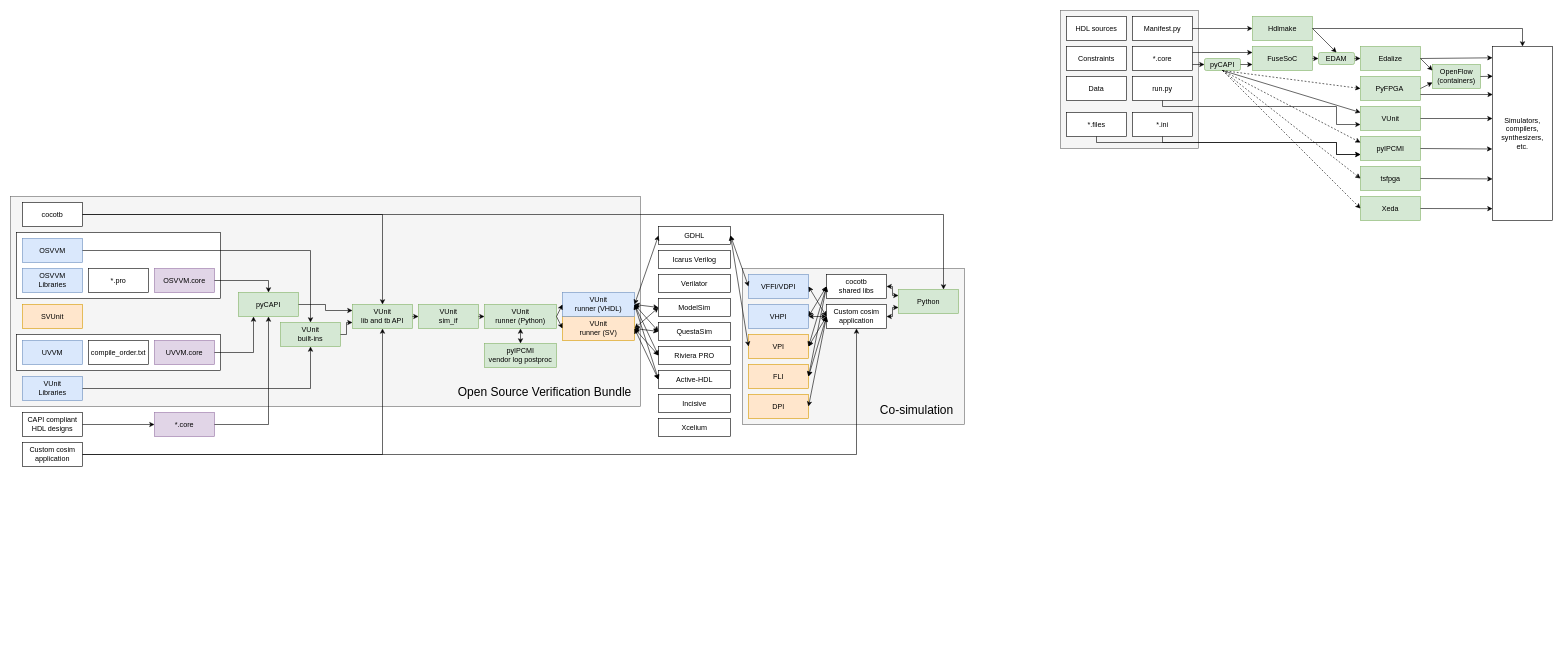
Before: osvb.drawio in umarcor/osvb, a draw.io diagram. Source tidied: cells renumbered, new cells numbered last; positions are measured from the earlier drawing's top-left corner, leaving out a move shared by most shapes. Both pictures are drawn from the tidied source at 60%, with x=0, y=0 at pixel (10, 10).
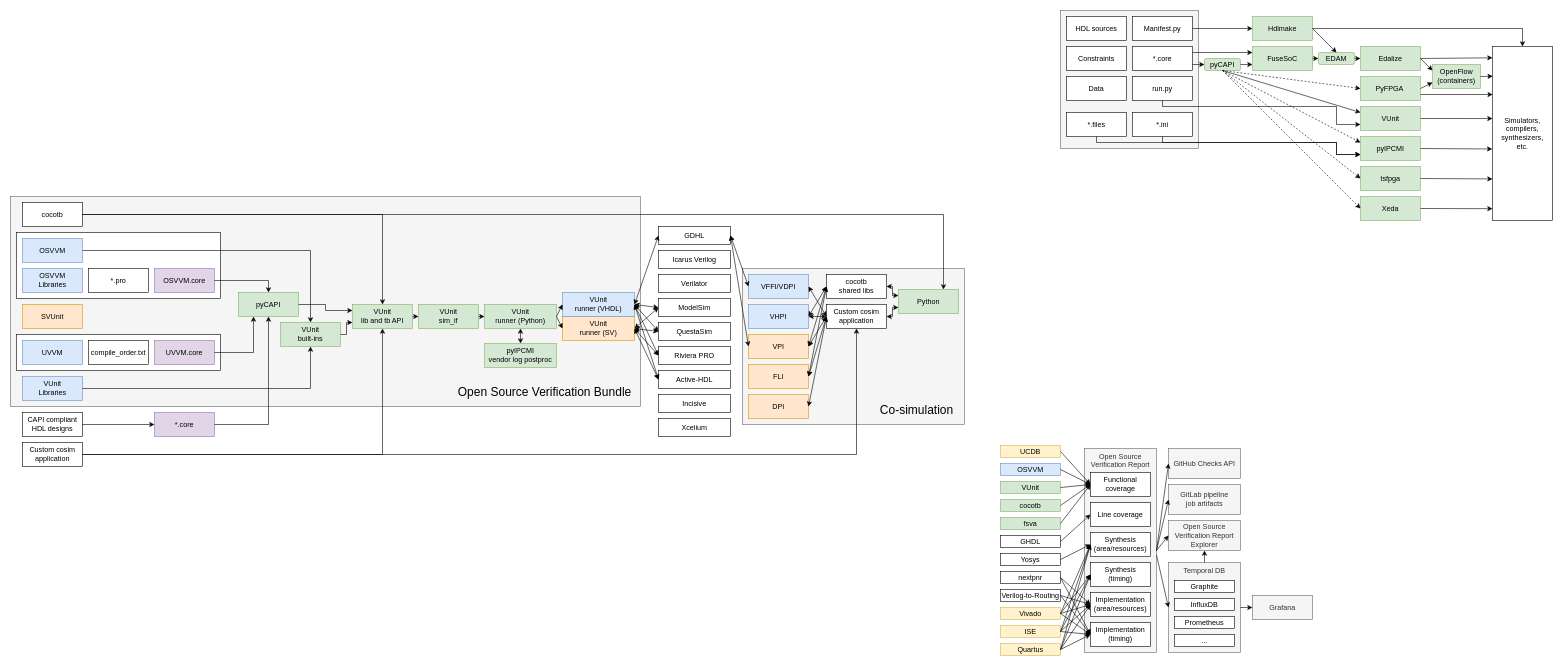
The same page after the edit.

Commit message (it also covers changes not shown here):
doc/apis/logging: add Open Source Verification Report (OSVR)

The edit, as a diff of the source:
```diff
@@
+    <mxCell id="131" value="Open Source Verification Report" style="rounded=0;whiteSpace=wrap;html=1;fillColor=#f5f5f5;strokeColor=#666666;fontColor=#333333;verticalAlign=top;" parent="1" vertex="1">
+      <mxGeometry x="1790" y="730" width="120" height="340" as="geometry" />
+    </mxCell>
+    <mxCell id="132" value="OSVVM" style="rounded=0;whiteSpace=wrap;html=1;fillColor=#dae8fc;strokeColor=#6c8ebf;" parent="1" vertex="1">
+      <mxGeometry x="1650" y="755" width="100" height="20" as="geometry" />
+    </mxCell>
+    <mxCell id="133" value="Functional coverage" style="rounded=0;whiteSpace=wrap;html=1;" parent="1" vertex="1">
+      <mxGeometry x="1800" y="770" width="100" height="40" as="geometry" />
+    </mxCell>
+    <mxCell id="134" value="Line coverage" style="rounded=0;whiteSpace=wrap;html=1;" parent="1" vertex="1">
+      <mxGeometry x="1800" y="820" width="100" height="40" as="geometry" />
+    </mxCell>
+    <mxCell id="135" value="Synthesis&lt;br&gt;(area/resources)" style="rounded=0;whiteSpace=wrap;html=1;" parent="1" vertex="1">
+      <mxGeometry x="1800" y="870" width="100" height="40" as="geometry" />
+    </mxCell>
+    <mxCell id="136" value="Synthesis&lt;br&gt;(timing)" style="rounded=0;whiteSpace=wrap;html=1;" parent="1" vertex="1">
+      <mxGeometry x="1800" y="920" width="100" height="40" as="geometry" />
+    </mxCell>
+    <mxCell id="137" value="Implementation&lt;br&gt;(area/resources)" style="rounded=0;whiteSpace=wrap;html=1;" parent="1" vertex="1">
+      <mxGeometry x="1800" y="970" width="100" height="40" as="geometry" />
+    </mxCell>
+    <mxCell id="138" value="Implementation&lt;br&gt;(timing)" style="rounded=0;whiteSpace=wrap;html=1;" parent="1" vertex="1">
+      <mxGeometry x="1800" y="1020" width="100" height="40" as="geometry" />
+    </mxCell>
+    <mxCell id="139" value="UCDB" style="rounded=0;whiteSpace=wrap;html=1;fillColor=#fff2cc;strokeColor=#d6b656;" parent="1" vertex="1">
+      <mxGeometry x="1650" y="725" width="100" height="20" as="geometry" />
+    </mxCell>
+    <mxCell id="140" value="GHDL" style="rounded=0;whiteSpace=wrap;html=1;" parent="1" vertex="1">
+      <mxGeometry x="1650" y="875" width="100" height="20" as="geometry" />
+    </mxCell>
+    <mxCell id="141" value="Yosys" style="rounded=0;whiteSpace=wrap;html=1;" parent="1" vertex="1">
+      <mxGeometry x="1650" y="905" width="100" height="20" as="geometry" />
+    </mxCell>
+    <mxCell id="142" value="nextpnr" style="rounded=0;whiteSpace=wrap;html=1;" parent="1" vertex="1">
+      <mxGeometry x="1650" y="935" width="100" height="20" as="geometry" />
+    </mxCell>
+    <mxCell id="143" value="Vivado" style="rounded=0;whiteSpace=wrap;html=1;fillColor=#fff2cc;strokeColor=#d6b656;" parent="1" vertex="1">
+      <mxGeometry x="1650" y="995" width="100" height="20" as="geometry" />
+    </mxCell>
+    <mxCell id="144" value="Verilog-to-Routing" style="rounded=0;whiteSpace=wrap;html=1;" parent="1" vertex="1">
+      <mxGeometry x="1650" y="965" width="100" height="20" as="geometry" />
+    </mxCell>
+    <mxCell id="145" value="VUnit" style="rounded=0;whiteSpace=wrap;html=1;fillColor=#d5e8d4;strokeColor=#82b366;" parent="1" vertex="1">
+      <mxGeometry x="1650" y="785" width="100" height="20" as="geometry" />
+    </mxCell>
+    <mxCell id="146" value="cocotb" style="rounded=0;whiteSpace=wrap;html=1;fillColor=#d5e8d4;strokeColor=#82b366;" parent="1" vertex="1">
+      <mxGeometry x="1650" y="815" width="100" height="20" as="geometry" />
+    </mxCell>
+    <mxCell id="147" style="endArrow=classic;html=1;entryX=0;entryY=0.5;entryDx=0;entryDy=0;exitX=1;exitY=0.5;exitDx=0;exitDy=0;" parent="1" edge="1" source="139" target="133">
+      <mxGeometry relative="1" as="geometry" />
+    </mxCell>
+    <mxCell id="148" style="endArrow=classic;html=1;entryX=0;entryY=0.5;entryDx=0;entryDy=0;exitX=1;exitY=0.5;exitDx=0;exitDy=0;" parent="1" edge="1" source="132" target="133">
+      <mxGeometry relative="1" as="geometry" />
+    </mxCell>
+    <mxCell id="149" style="endArrow=classic;html=1;entryX=0;entryY=0.5;entryDx=0;entryDy=0;exitX=1;exitY=0.5;exitDx=0;exitDy=0;" parent="1" edge="1" source="145" target="133">
+      <mxGeometry relative="1" as="geometry" />
+    </mxCell>
+    <mxCell id="150" style="endArrow=classic;html=1;entryX=0;entryY=0.5;entryDx=0;entryDy=0;exitX=1;exitY=0.5;exitDx=0;exitDy=0;" parent="1" edge="1" source="146" target="133">
+      <mxGeometry relative="1" as="geometry" />
+    </mxCell>
+    <mxCell id="151" style="endArrow=classic;html=1;entryX=0;entryY=0.5;entryDx=0;entryDy=0;exitX=1;exitY=0.5;exitDx=0;exitDy=0;" parent="1" edge="1" source="140" target="134">
+      <mxGeometry relative="1" as="geometry" />
+    </mxCell>
+    <mxCell id="152" style="endArrow=classic;html=1;entryX=0;entryY=0.5;entryDx=0;entryDy=0;exitX=1;exitY=0.5;exitDx=0;exitDy=0;" parent="1" edge="1" source="141" target="135">
+      <mxGeometry relative="1" as="geometry" />
+    </mxCell>
+    <mxCell id="153" style="endArrow=classic;html=1;entryX=0;entryY=0.5;entryDx=0;entryDy=0;exitX=1;exitY=0.5;exitDx=0;exitDy=0;" parent="1" edge="1" source="142" target="137">
+      <mxGeometry relative="1" as="geometry" />
+    </mxCell>
+    <mxCell id="154" style="endArrow=classic;html=1;entryX=0;entryY=0.5;entryDx=0;entryDy=0;exitX=1;exitY=0.5;exitDx=0;exitDy=0;" parent="1" edge="1" source="142" target="138">
+      <mxGeometry relative="1" as="geometry" />
+    </mxCell>
+    <mxCell id="155" style="endArrow=classic;html=1;entryX=0;entryY=0.5;entryDx=0;entryDy=0;exitX=1;exitY=0.5;exitDx=0;exitDy=0;" parent="1" edge="1" source="143" target="135">
+      <mxGeometry relative="1" as="geometry" />
+    </mxCell>
+    <mxCell id="156" style="endArrow=classic;html=1;entryX=0;entryY=0.5;entryDx=0;entryDy=0;exitX=1;exitY=0.5;exitDx=0;exitDy=0;" parent="1" edge="1" source="143" target="136">
+      <mxGeometry relative="1" as="geometry" />
+    </mxCell>
+    <mxCell id="157" style="endArrow=classic;html=1;entryX=0;entryY=0.5;entryDx=0;entryDy=0;exitX=1;exitY=0.5;exitDx=0;exitDy=0;" parent="1" edge="1" source="143" target="137">
+      <mxGeometry relative="1" as="geometry" />
+    </mxCell>
+    <mxCell id="158" style="endArrow=classic;html=1;entryX=0;entryY=0.5;entryDx=0;entryDy=0;exitX=1;exitY=0.5;exitDx=0;exitDy=0;" parent="1" edge="1" source="143" target="138">
+      <mxGeometry relative="1" as="geometry" />
+    </mxCell>
+    <mxCell id="159" value="Open Source Verification Report&lt;br&gt;Explorer" style="rounded=0;whiteSpace=wrap;html=1;fillColor=#f5f5f5;strokeColor=#666666;fontColor=#333333;verticalAlign=middle;" parent="1" vertex="1">
+      <mxGeometry x="1930" y="850" width="120" height="50" as="geometry" />
+    </mxCell>
+    <mxCell id="160" value="Temporal DB" style="rounded=0;whiteSpace=wrap;html=1;fillColor=#f5f5f5;strokeColor=#666666;fontColor=#333333;verticalAlign=top;" parent="1" vertex="1">
+      <mxGeometry x="1930" y="920" width="120" height="150" as="geometry" />
+    </mxCell>
+    <mxCell id="161" value="Grafana" style="rounded=0;whiteSpace=wrap;html=1;fillColor=#f5f5f5;strokeColor=#666666;fontColor=#333333;verticalAlign=middle;" parent="1" vertex="1">
+      <mxGeometry x="2070" y="975" width="100" height="40" as="geometry" />
+    </mxCell>
+    <mxCell id="162" value="Prometheus" style="rounded=0;whiteSpace=wrap;html=1;" parent="1" vertex="1">
+      <mxGeometry x="1940" y="1010" width="100" height="20" as="geometry" />
+    </mxCell>
+    <mxCell id="163" value="Graphite" style="rounded=0;whiteSpace=wrap;html=1;" parent="1" vertex="1">
+      <mxGeometry x="1940" y="950" width="100" height="20" as="geometry" />
+    </mxCell>
+    <mxCell id="164" value="InfluxDB" style="rounded=0;whiteSpace=wrap;html=1;" parent="1" vertex="1">
+      <mxGeometry x="1940" y="980" width="100" height="20" as="geometry" />
+    </mxCell>
+    <mxCell id="165" value="..." style="rounded=0;whiteSpace=wrap;html=1;" parent="1" vertex="1">
+      <mxGeometry x="1940" y="1040" width="100" height="20" as="geometry" />
+    </mxCell>
+    <mxCell id="166" style="endArrow=classic;html=1;entryX=0;entryY=0.5;entryDx=0;entryDy=0;exitX=1;exitY=0.5;exitDx=0;exitDy=0;" parent="1" edge="1" source="160" target="161">
+      <mxGeometry relative="1" as="geometry" />
+    </mxCell>
+    <mxCell id="167" style="endArrow=classic;html=1;entryX=0;entryY=0.5;entryDx=0;entryDy=0;exitX=1;exitY=0.5;exitDx=0;exitDy=0;" parent="1" edge="1" source="131" target="159">
+      <mxGeometry relative="1" as="geometry" />
+    </mxCell>
+    <mxCell id="168" style="endArrow=classic;html=1;entryX=0;entryY=0.5;entryDx=0;entryDy=0;exitX=1;exitY=0.5;exitDx=0;exitDy=0;" parent="1" edge="1" target="160">
+      <mxGeometry relative="1" as="geometry">
+        <mxPoint x="1910" y="907.5" as="sourcePoint" />
+      </mxGeometry>
+    </mxCell>
+    <mxCell id="169" style="endArrow=classic;html=1;entryX=0.5;entryY=1;entryDx=0;entryDy=0;exitX=0.5;exitY=0;exitDx=0;exitDy=0;" parent="1" edge="1" source="160" target="159">
+      <mxGeometry relative="1" as="geometry" />
+    </mxCell>
+    <mxCell id="170" value="GitHub Checks API" style="rounded=0;whiteSpace=wrap;html=1;fillColor=#f5f5f5;strokeColor=#666666;fontColor=#333333;verticalAlign=middle;" parent="1" vertex="1">
+      <mxGeometry x="1930" y="730" width="120" height="50" as="geometry" />
+    </mxCell>
+    <mxCell id="171" value="GitLab pipeline&lt;br&gt;job artifacts" style="rounded=0;whiteSpace=wrap;html=1;fillColor=#f5f5f5;strokeColor=#666666;fontColor=#333333;verticalAlign=middle;" parent="1" vertex="1">
+      <mxGeometry x="1930" y="790" width="120" height="50" as="geometry" />
+    </mxCell>
+    <mxCell id="172" style="endArrow=classic;html=1;entryX=0;entryY=0.5;entryDx=0;entryDy=0;exitX=1;exitY=0.5;exitDx=0;exitDy=0;" parent="1" edge="1" source="131" target="170">
+      <mxGeometry relative="1" as="geometry" />
+    </mxCell>
+    <mxCell id="173" style="endArrow=classic;html=1;entryX=0;entryY=0.5;entryDx=0;entryDy=0;exitX=1;exitY=0.5;exitDx=0;exitDy=0;" parent="1" edge="1" source="131" target="171">
+      <mxGeometry relative="1" as="geometry" />
+    </mxCell>
+    <mxCell id="174" style="endArrow=classic;html=1;entryX=0;entryY=0.5;entryDx=0;entryDy=0;exitX=1;exitY=0.5;exitDx=0;exitDy=0;" parent="1" edge="1" source="144" target="137">
+      <mxGeometry relative="1" as="geometry" />
+    </mxCell>
+    <mxCell id="175" style="endArrow=classic;html=1;entryX=0;entryY=0.5;entryDx=0;entryDy=0;exitX=1;exitY=0.5;exitDx=0;exitDy=0;" parent="1" edge="1" source="144" target="138">
+      <mxGeometry relative="1" as="geometry" />
+    </mxCell>
+    <mxCell id="176" value="fsva" style="rounded=0;whiteSpace=wrap;html=1;fillColor=#d5e8d4;strokeColor=#82b366;" parent="1" vertex="1">
+      <mxGeometry x="1650" y="845" width="100" height="20" as="geometry" />
+    </mxCell>
+    <mxCell id="177" style="endArrow=classic;html=1;entryX=0;entryY=0.5;entryDx=0;entryDy=0;exitX=1;exitY=0.5;exitDx=0;exitDy=0;" parent="1" edge="1" source="176" target="133">
+      <mxGeometry relative="1" as="geometry" />
+    </mxCell>
+    <mxCell id="178" value="ISE" style="rounded=0;whiteSpace=wrap;html=1;fillColor=#fff2cc;strokeColor=#d6b656;" parent="1" vertex="1">
+      <mxGeometry x="1650" y="1025" width="100" height="20" as="geometry" />
+    </mxCell>
+    <mxCell id="179" value="Quartus" style="rounded=0;whiteSpace=wrap;html=1;fillColor=#fff2cc;strokeColor=#d6b656;" parent="1" vertex="1">
+      <mxGeometry x="1650" y="1055" width="100" height="20" as="geometry" />
+    </mxCell>
+    <mxCell id="180" style="endArrow=classic;html=1;exitX=1;exitY=0.5;exitDx=0;exitDy=0;entryX=0;entryY=0.5;entryDx=0;entryDy=0;" parent="1" edge="1" source="178" target="135">
+      <mxGeometry relative="1" as="geometry" />
+    </mxCell>
+    <mxCell id="181" style="endArrow=classic;html=1;exitX=1;exitY=0.5;exitDx=0;exitDy=0;entryX=0;entryY=0.5;entryDx=0;entryDy=0;" parent="1" edge="1" source="179" target="135">
+      <mxGeometry relative="1" as="geometry" />
+    </mxCell>
+    <mxCell id="182" style="endArrow=classic;html=1;exitX=1;exitY=0.5;exitDx=0;exitDy=0;entryX=0;entryY=0.5;entryDx=0;entryDy=0;" parent="1" edge="1" source="179" target="138">
+      <mxGeometry relative="1" as="geometry" />
+    </mxCell>
+    <mxCell id="183" style="endArrow=classic;html=1;exitX=1;exitY=0.5;exitDx=0;exitDy=0;entryX=0;entryY=0.5;entryDx=0;entryDy=0;" parent="1" edge="1" source="179" target="137">
+      <mxGeometry relative="1" as="geometry" />
+    </mxCell>
+    <mxCell id="184" style="endArrow=classic;html=1;exitX=1;exitY=0.5;exitDx=0;exitDy=0;entryX=0;entryY=0.5;entryDx=0;entryDy=0;" parent="1" edge="1" source="179" target="136">
+      <mxGeometry relative="1" as="geometry" />
+    </mxCell>
+    <mxCell id="185" style="endArrow=classic;html=1;exitX=1;exitY=0.5;exitDx=0;exitDy=0;entryX=0;entryY=0.5;entryDx=0;entryDy=0;" parent="1" edge="1" source="178" target="136">
+      <mxGeometry relative="1" as="geometry" />
+    </mxCell>
+    <mxCell id="186" style="endArrow=classic;html=1;exitX=1;exitY=0.5;exitDx=0;exitDy=0;entryX=0;entryY=0.5;entryDx=0;entryDy=0;" parent="1" edge="1" source="178" target="137">
+      <mxGeometry relative="1" as="geometry" />
+    </mxCell>
+    <mxCell id="187" style="endArrow=classic;html=1;exitX=1;exitY=0.5;exitDx=0;exitDy=0;entryX=0;entryY=0.5;entryDx=0;entryDy=0;" parent="1" edge="1" source="178" target="138">
+      <mxGeometry relative="1" as="geometry" />
+    </mxCell>
```
